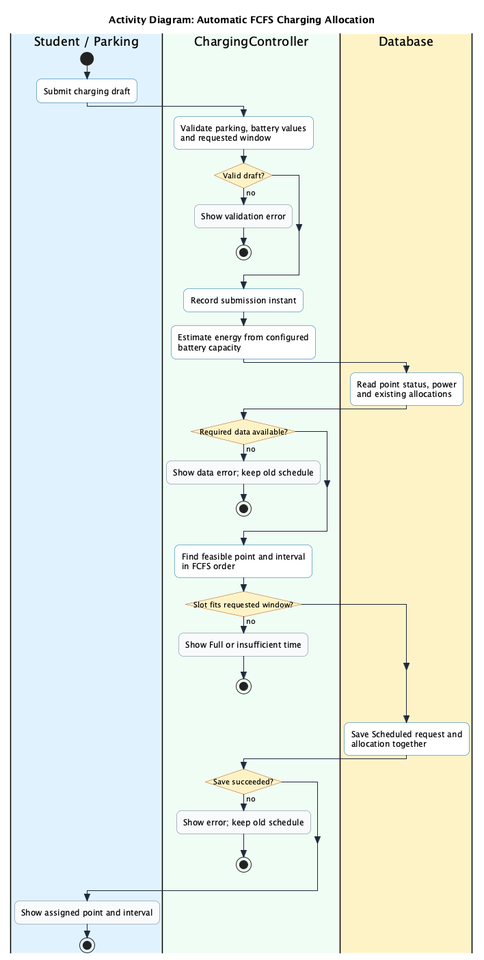
The PlantUML diagram docs/submission-2/activity-diagrams/smart-charging/AD_GenerateChargingSchedule_FCFS.png in thanhpham1108/smart-e-mobility-hub, before a commit.
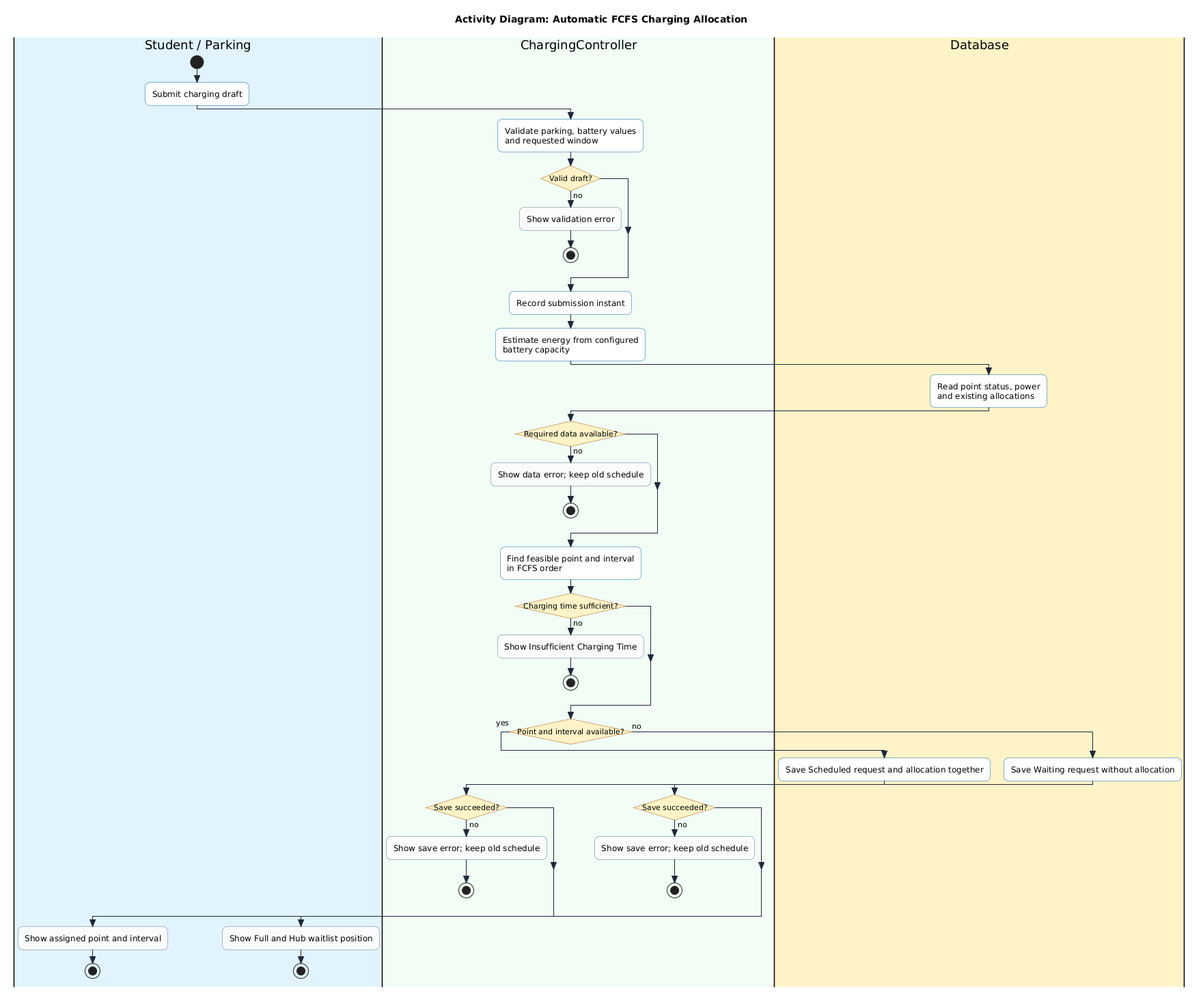
Later version of the same file.

The edit, as a diff of the source:
```diff
@@ -1,5 +1,6 @@
 @startuml AD_GenerateChargingSchedule_FCFS
 skinparam style strictuml
+skinparam linetype ortho
 skinparam conditionStyle insideDiamond
 skinparam activityShape rounded
 skinparam roundCorner 14
@@ -43,22 +44,31 @@
 endif
 :Find feasible point and interval
 in FCFS order;
-if (Slot fits requested window?) then (no)
-  :Show Full or insufficient time; <<status>>
+if (Charging time sufficient?) then (no)
+  :Show Insufficient Charging Time; <<status>>
   stop
 endif
-
-|#FEF3C7|Database|
-:Save Scheduled request and
-allocation together;
-
-|#F0FDF4|ChargingController|
-if (Save succeeded?) then (no)
-  :Show error; keep old schedule; <<status>>
+if (Point and interval available?) then (yes)
+  |#FEF3C7|Database|
+  :Save Scheduled request and allocation together;
+  |#F0FDF4|ChargingController|
+  if (Save succeeded?) then (no)
+    :Show save error; keep old schedule; <<status>>
+    stop
+  endif
+  |#E0F2FE|Student / Parking|
+  :Show assigned point and interval; <<status>>
+  stop
+else (no)
+  |#FEF3C7|Database|
+  :Save Waiting request without allocation;
+  |#F0FDF4|ChargingController|
+  if (Save succeeded?) then (no)
+    :Show save error; keep old schedule; <<status>>
+    stop
+  endif
+  |#E0F2FE|Student / Parking|
+  :Show Full and Hub waitlist position; <<status>>
   stop
 endif
-
-|#E0F2FE|Student / Parking|
-:Show assigned point and interval; <<status>>
-stop
 @enduml
```
